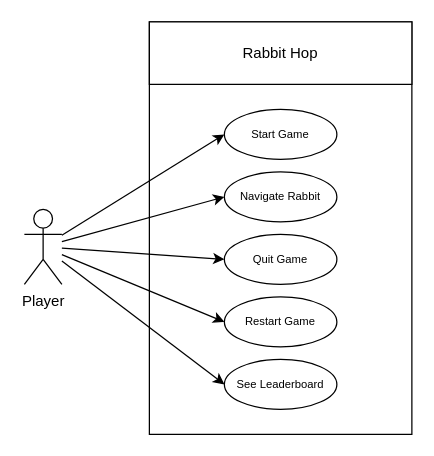
Earlier version of the draw.io diagram Untitled Diagram.drawio (tamir-cqu/uml-diagram). Source tidied: cells renumbered, new cells numbered last; positions are measured from the earlier drawing's top-left corner, leaving out a move shared by most shapes. Both pictures are drawn from the tidied source at 125%, with x=0, y=0 at pixel (24, 21).
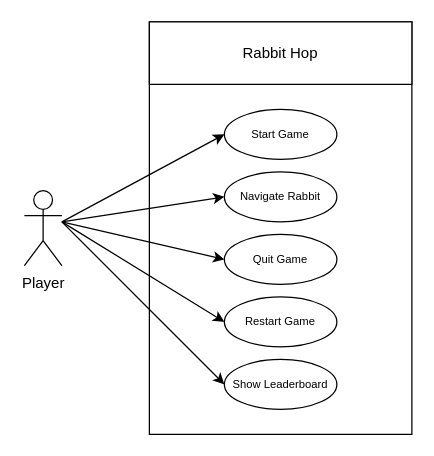
The same page after the edit.

The edit, as a diff of the source:
```diff
@@
 <mxGraphModel>
   <root>
     <mxCell id="0" />
     <mxCell id="1" parent="0" />
     <mxCell id="2" style="rounded=0;whiteSpace=wrap;html=1;" parent="1" vertex="1">
       <mxGeometry x="100" width="210" height="330" as="geometry" />
     </mxCell>
     <mxCell id="3" style="rounded=0;whiteSpace=wrap;html=1;" parent="1" vertex="1">
       <mxGeometry x="100" width="210" height="50" as="geometry" />
     </mxCell>
     <mxCell id="4" value="Rabbit Hop" style="text;html=1;align=center;verticalAlign=middle;whiteSpace=wrap;rounded=0;" parent="1" vertex="1">
       <mxGeometry x="165" y="10" width="80" height="30" as="geometry" />
     </mxCell>
-    <mxCell id="5" style="rounded=0;jettySize=auto;html=1;entryX=0;entryY=0.5;entryDx=0;entryDy=0;" parent="1" edge="1" source="10" target="11">
-      <mxGeometry relative="1" as="geometry" />
+    <mxCell id="5" style="rounded=0;jettySize=auto;html=1;entryX=0;entryY=0.5;entryDx=0;entryDy=0;" parent="1" edge="1" target="11">
+      <mxGeometry relative="1" as="geometry">
+        <mxPoint x="30" y="160" as="sourcePoint" />
+      </mxGeometry>
     </mxCell>
-    <mxCell id="6" style="rounded=0;jettySize=auto;html=1;entryX=0;entryY=0.5;entryDx=0;entryDy=0;" parent="1" edge="1" source="10" target="12">
-      <mxGeometry relative="1" as="geometry" />
+    <mxCell id="6" style="rounded=0;jettySize=auto;html=1;entryX=0;entryY=0.5;entryDx=0;entryDy=0;" parent="1" edge="1" target="12">
+      <mxGeometry relative="1" as="geometry">
+        <mxPoint x="30" y="160" as="sourcePoint" />
+      </mxGeometry>
     </mxCell>
-    <mxCell id="7" style="rounded=0;jettySize=auto;html=1;entryX=0;entryY=0.5;entryDx=0;entryDy=0;" parent="1" edge="1" source="10" target="13">
-      <mxGeometry relative="1" as="geometry" />
+    <mxCell id="7" style="rounded=0;jettySize=auto;html=1;entryX=0;entryY=0.5;entryDx=0;entryDy=0;" parent="1" edge="1" target="13">
+      <mxGeometry relative="1" as="geometry">
+        <mxPoint x="30" y="160" as="sourcePoint" />
+      </mxGeometry>
     </mxCell>
-    <mxCell id="8" style="rounded=0;jettySize=auto;html=1;entryX=0;entryY=0.5;entryDx=0;entryDy=0;" parent="1" edge="1" source="10" target="15">
-      <mxGeometry relative="1" as="geometry" />
+    <mxCell id="8" style="rounded=0;jettySize=auto;html=1;entryX=0;entryY=0.5;entryDx=0;entryDy=0;" parent="1" edge="1" target="15">
+      <mxGeometry relative="1" as="geometry">
+        <mxPoint x="30" y="160" as="sourcePoint" />
+      </mxGeometry>
     </mxCell>
-    <mxCell id="9" style="rounded=0;jettySize=auto;html=1;entryX=0;entryY=0.5;entryDx=0;entryDy=0;" parent="1" edge="1" source="10" target="14">
-      <mxGeometry relative="1" as="geometry" />
+    <mxCell id="9" style="rounded=0;jettySize=auto;html=1;entryX=0;entryY=0.5;entryDx=0;entryDy=0;" parent="1" edge="1" target="14">
+      <mxGeometry relative="1" as="geometry">
+        <mxPoint x="30" y="160" as="sourcePoint" />
+      </mxGeometry>
     </mxCell>
     <mxCell id="10" value="Player" style="shape=umlActor;verticalLabelPosition=bottom;verticalAlign=top;html=1;outlineConnect=0;" parent="1" vertex="1">
-      <mxGeometry y="150" width="30" height="60" as="geometry" />
+      <mxGeometry y="135" width="30" height="60" as="geometry" />
     </mxCell>
     <mxCell id="11" value="Start Game" style="ellipse;whiteSpace=wrap;html=1;fontSize=9;" parent="1" vertex="1">
       <mxGeometry x="160" y="70" width="90" height="40" as="geometry" />
     </mxCell>
     <mxCell id="12" value="Navigate Rabbit" style="ellipse;whiteSpace=wrap;html=1;fontSize=9;" parent="1" vertex="1">
       <mxGeometry x="160" y="120" width="90" height="40" as="geometry" />
     </mxCell>
     <mxCell id="13" value="Quit Game" style="ellipse;whiteSpace=wrap;html=1;fontSize=9;" parent="1" vertex="1">
       <mxGeometry x="160" y="170" width="90" height="40" as="geometry" />
     </mxCell>
-    <mxCell id="14" value="See Leaderboard" style="ellipse;whiteSpace=wrap;html=1;fontSize=9;" parent="1" vertex="1">
+    <mxCell id="14" value="Show Leaderboard" style="ellipse;whiteSpace=wrap;html=1;fontSize=9;" parent="1" vertex="1">
       <mxGeometry x="160" y="270" width="90" height="40" as="geometry" />
     </mxCell>
     <mxCell id="15" value="Restart Game" style="ellipse;whiteSpace=wrap;html=1;fontSize=9;" parent="1" vertex="1">
       <mxGeometry x="160" y="220" width="90" height="40" as="geometry" />
     </mxCell>
   </root>
 </mxGraphModel>
```
